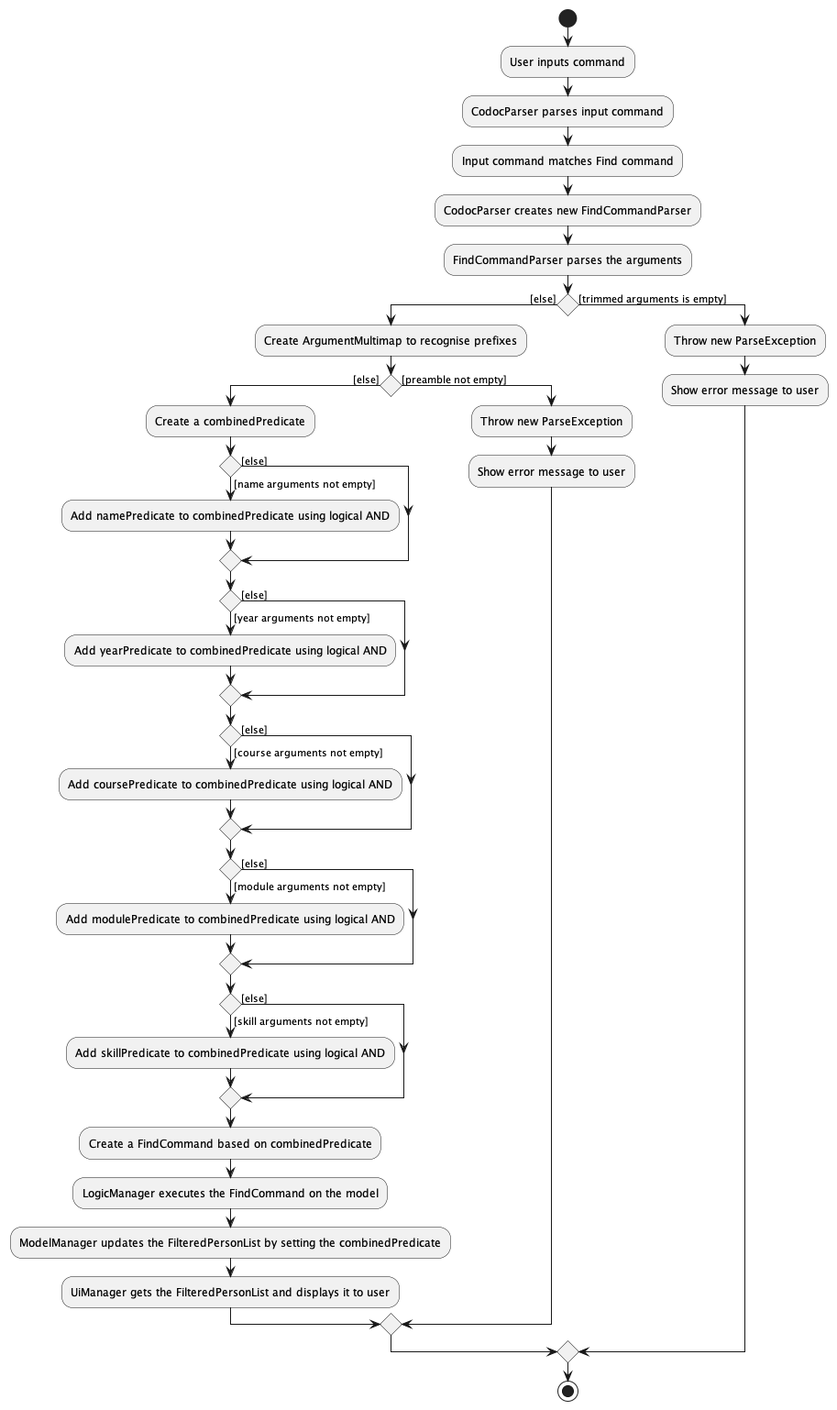
The PlantUML diagram docs/images/FindActivityDiagram.png in nus-cs2103-AY2223S2/tp, before a commit.
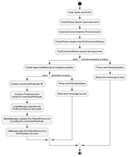
The same diagram one commit later.

What changed in the source:
```diff
@@ -1,4 +1,7 @@
 @startuml
+!include style.puml
+skinparam dpi 300
+
 start
 :User inputs command;
 :CodocParser parses input command;
@@ -10,31 +13,11 @@
 if () then ([else])
     :Create ArgumentMultimap to recognise prefixes;
     if () then ([else])
-        :Create a combinedPredicate;
-        if () then ([name arguments not empty])
-                :Add namePredicate to combinedPredicate using logical AND;
-        else ([else])
-        endif
-        if () then ([year arguments not empty])
-                :Add yearPredicate to combinedPredicate using logical AND;
-        else ([else])
-        endif
-        if () then ([course arguments not empty])
-                :Add coursePredicate to combinedPredicate using logical AND;
-        else ([else])
-        endif
-        if () then ([module arguments not empty])
-                :Add modulePredicate to combinedPredicate using logical AND;
-        else ([else])
-        endif
-        if () then ([skill arguments not empty])
-                :Add skillPredicate to combinedPredicate using logical AND;
-        else ([else])
-        endif
-        :Create a FindCommand based on combinedPredicate;
-        :LogicManager executes the FindCommand on the model;
-        :ModelManager updates the FilteredPersonList by setting the combinedPredicate;
-        :UiManager gets the FilteredPersonList and displays it to user;
+        :Create a combinedPredicate <$rake>;
+        :Create a FindCommand\nbased on combinedPredicate;
+        :LogicManager executes the\nFindCommand on the model;
+        :ModelManager updates the FilteredPersonList\nby setting the combinedPredicate;
+        :UiManager gets the FilteredPersonList\nand displays it to user;
     else ([preamble not empty])
         :Throw new ParseException;
         :Show error message to user;
```
